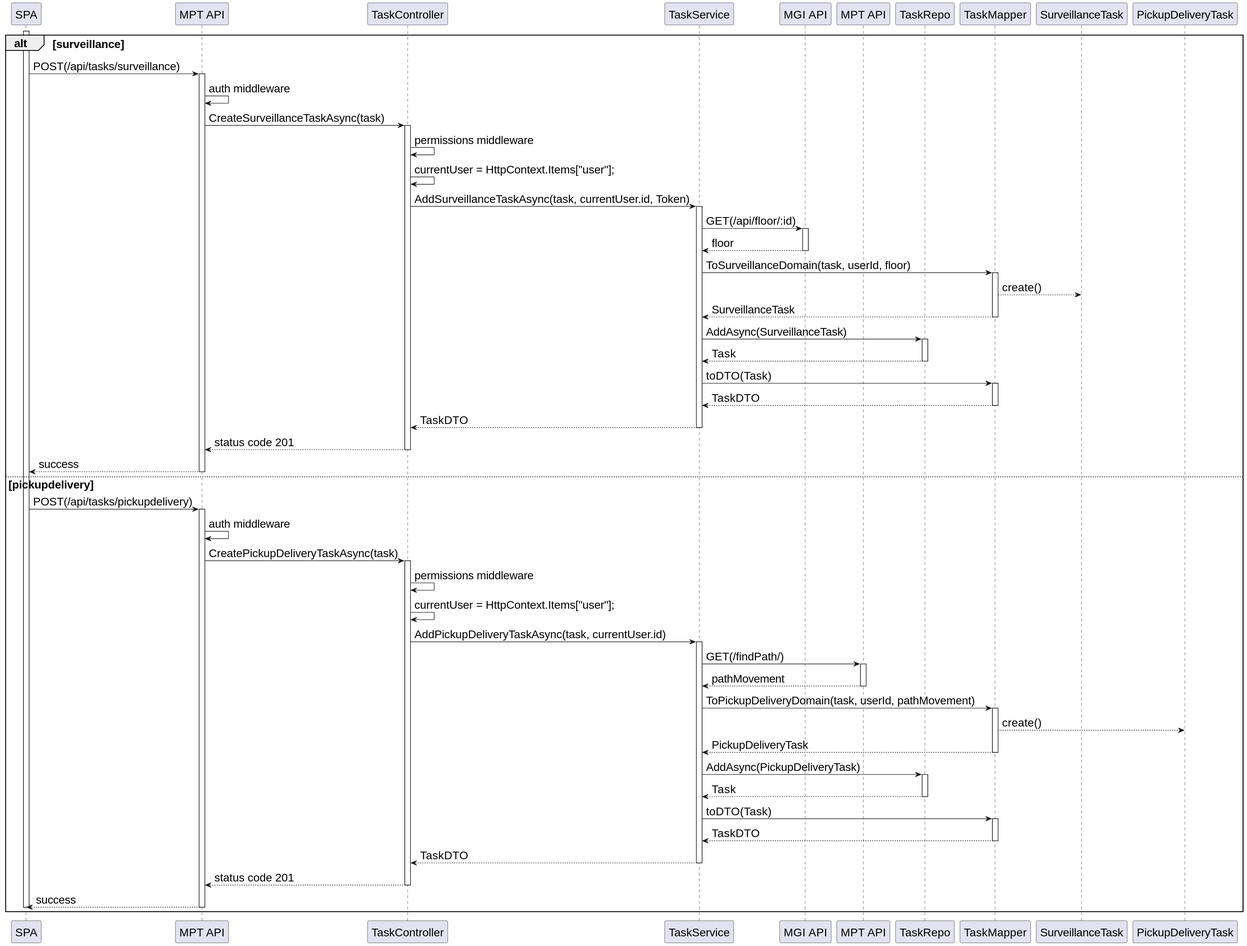
This is docs/SprintC/nivel3/mpt/N3_US460.svg from ruben1132/PI5_23-24, a PlantUML export, as it was before one commit.
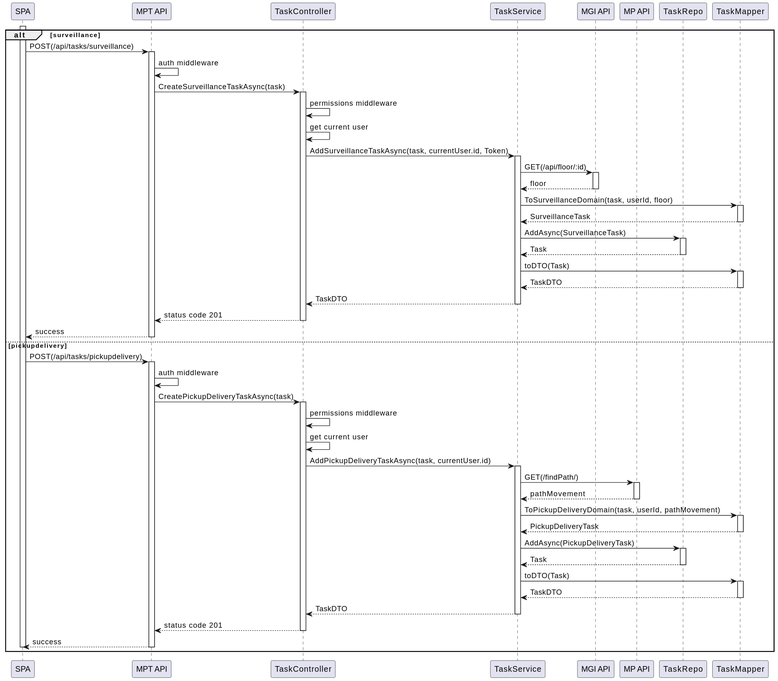
Above is the later version.

Diff of the diagram source:
```diff
@@ -1,15 +1,12 @@
 @startuml
-skinparamlocked defaultFontSize 20
 participant SPA
 participant "MPT API" as API
 participant "TaskController" as Ctrl
 participant "TaskService" as Srv
 participant "MGI API" as API2
-participant "MPT API" as API3
+participant "MP API" as API3
 participant "TaskRepo" as Repo
 participant "TaskMapper" as Map
-participant "SurveillanceTask" as SurveillanceTask
-participant "PickupDeliveryTask" as PickupDeliveryTask
 
 alt surveillance
     activate SPA
@@ -21,7 +18,7 @@
     activate Ctrl
 
     Ctrl -> Ctrl: permissions middleware
-    Ctrl -> Ctrl: currentUser = HttpContext.Items["user"];
+    Ctrl -> Ctrl: get current user
     Ctrl -> Srv: AddSurveillanceTaskAsync(task, currentUser.id, Token)
     activate Srv
 
@@ -32,7 +29,6 @@
 
     Srv -> Map: ToSurveillanceDomain(task, userId, floor)
     activate Map
-    Map --> SurveillanceTask: create()
     Map --> Srv: SurveillanceTask
     deactivate Map
 
@@ -65,7 +61,7 @@
     activate Ctrl
 
     Ctrl -> Ctrl: permissions middleware
-    Ctrl -> Ctrl: currentUser = HttpContext.Items["user"];
+    Ctrl -> Ctrl: get current user
     Ctrl -> Srv: AddPickupDeliveryTaskAsync(task, currentUser.id)
     activate Srv
 
@@ -76,7 +72,6 @@
 
     Srv -> Map: ToPickupDeliveryDomain(task, userId, pathMovement)
     activate Map
-    Map --> PickupDeliveryTask: create()
     Map --> Srv: PickupDeliveryTask
     deactivate Map
 
@@ -101,4 +96,5 @@
     deactivate SPA
 
 end
+
 @enduml
```
